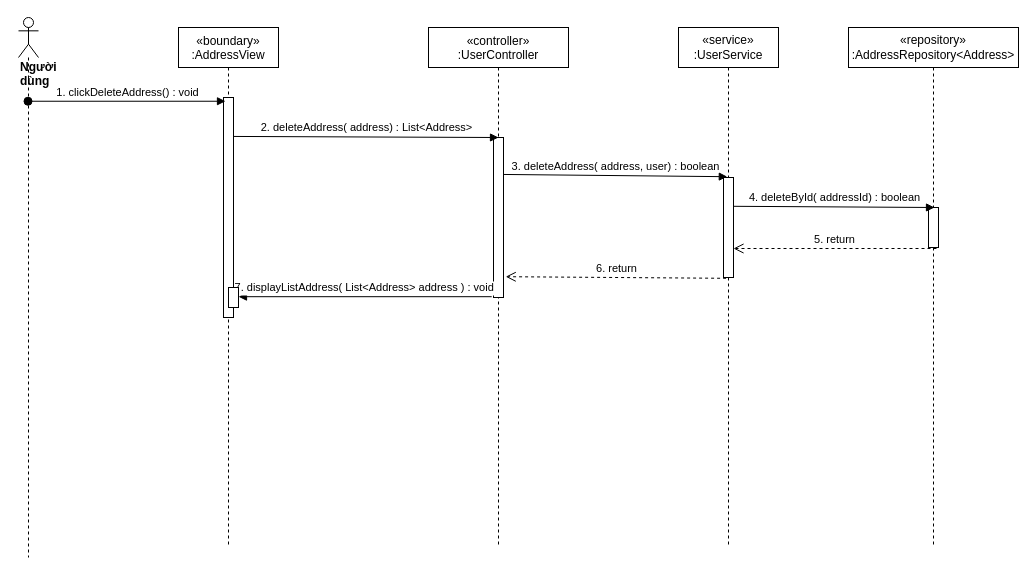
Above: sequence diagram/delete-address-sequence.drawio in nguyenphamvan/datn_20202 (draw.io), before the change. Source tidied: cells renumbered, new cells numbered last; positions are measured from the earlier drawing's top-left corner, leaving out a move shared by most shapes. Both pictures are drawn from the tidied source at 100%, with x=0, y=0 at pixel (18, 17).
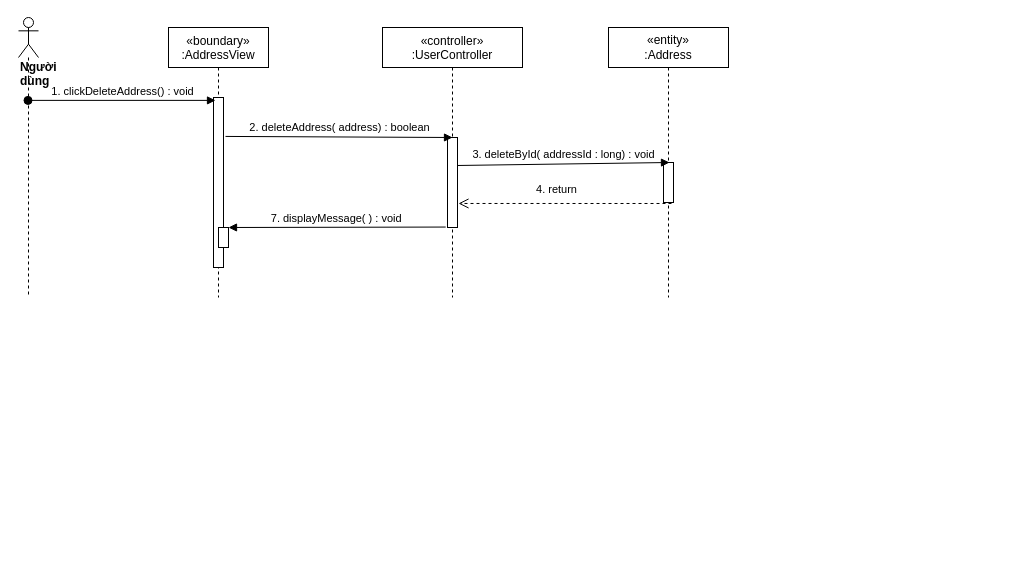
Above is the later version.

The edit, as a diff of the source:
```diff
@@
 <mxGraphModel>
   <root>
     <mxCell id="0" />
     <mxCell id="1" parent="0" />
     <mxCell id="2" value="«boundary»&#10;:AddressView" style="shape=umlLifeline;perimeter=lifelinePerimeter;rounded=0;shadow=0;strokeWidth=1;" parent="1" vertex="1">
-      <mxGeometry x="160" y="10" width="100" height="520" as="geometry" />
+      <mxGeometry x="150" y="10" width="100" height="270" as="geometry" />
     </mxCell>
     <mxCell id="3" style="html=1;points=[];perimeter=orthogonalPerimeter;" parent="2" vertex="1">
-      <mxGeometry x="45" y="70" width="10" height="220" as="geometry" />
+      <mxGeometry x="45" y="70" width="10" height="170" as="geometry" />
     </mxCell>
     <mxCell id="4" value="«controller»&#10;:UserController" style="shape=umlLifeline;perimeter=lifelinePerimeter;rounded=0;shadow=0;strokeWidth=1;size=40;" parent="1" vertex="1">
-      <mxGeometry x="410" y="10" width="140" height="520" as="geometry" />
+      <mxGeometry x="364" y="10" width="140" height="270" as="geometry" />
     </mxCell>
     <mxCell id="5" style="points=[];perimeter=orthogonalPerimeter;rounded=0;shadow=0;strokeWidth=1;" parent="4" vertex="1">
-      <mxGeometry x="65" y="110" width="10" height="160" as="geometry" />
+      <mxGeometry x="65" y="110" width="10" height="90" as="geometry" />
     </mxCell>
     <mxCell id="6" value="&lt;div&gt;&lt;b&gt;Người dùng&lt;/b&gt;&lt;/div&gt;" style="shape=umlLifeline;participant=umlActor;perimeter=lifelinePerimeter;whiteSpace=wrap;html=1;verticalAlign=top;spacingTop=36;outlineConnect=0;align=left;" parent="1" vertex="1">
-      <mxGeometry width="20" height="540" as="geometry" />
+      <mxGeometry width="20" height="280" as="geometry" />
     </mxCell>
-    <mxCell id="7" value="&lt;span&gt;«service»&lt;br&gt;&lt;/span&gt;:UserService" style="shape=umlLifeline;perimeter=lifelinePerimeter;whiteSpace=wrap;html=1;" parent="1" vertex="1">
-      <mxGeometry x="660" y="10" width="100" height="520" as="geometry" />
-    </mxCell>
-    <mxCell id="8" style="points=[];perimeter=orthogonalPerimeter;rounded=0;shadow=0;strokeWidth=1;" parent="7" vertex="1">
-      <mxGeometry x="45" y="150" width="10" height="100" as="geometry" />
-    </mxCell>
     <mxCell id="9" value="1. clickDeleteAddress() : void" style="html=1;verticalAlign=bottom;startArrow=oval;startFill=1;endArrow=block;startSize=8;entryX=0.2;entryY=0.017;entryDx=0;entryDy=0;entryPerimeter=0;" parent="1" edge="1" source="6" target="3">
       <mxGeometry relative="1" as="geometry" />
     </mxCell>
-    <mxCell id="10" value="2. deleteAddress( address) : List&amp;lt;Address&amp;gt;" style="html=1;verticalAlign=bottom;endArrow=block;entryX=0.5;entryY=0;entryDx=0;entryDy=0;entryPerimeter=0;exitX=0.98;exitY=0.177;exitDx=0;exitDy=0;exitPerimeter=0;" parent="1" edge="1" source="3" target="5">
+    <mxCell id="10" value="2. deleteAddress( address) : boolean" style="html=1;verticalAlign=bottom;endArrow=block;entryX=0.5;entryY=0;entryDx=0;entryDy=0;entryPerimeter=0;exitX=1.2;exitY=0.229;exitDx=0;exitDy=0;exitPerimeter=0;" parent="1" edge="1" source="3" target="5">
       <mxGeometry relative="1" as="geometry" />
     </mxCell>
-    <mxCell id="11" value="&lt;span&gt;«repository»&lt;br&gt;&lt;/span&gt;:AddressRepository&amp;lt;Address&amp;gt;" style="shape=umlLifeline;perimeter=lifelinePerimeter;whiteSpace=wrap;html=1;" parent="1" vertex="1">
-      <mxGeometry x="830" y="10" width="170" height="520" as="geometry" />
+    <mxCell id="11" value="&lt;span&gt;«entity»&lt;br&gt;&lt;/span&gt;:Address" style="shape=umlLifeline;perimeter=lifelinePerimeter;whiteSpace=wrap;html=1;" parent="1" vertex="1">
+      <mxGeometry x="590" y="10" width="120" height="270" as="geometry" />
     </mxCell>
     <mxCell id="12" style="points=[];perimeter=orthogonalPerimeter;rounded=0;shadow=0;strokeWidth=1;" parent="11" vertex="1">
-      <mxGeometry x="80" y="180" width="10" height="40" as="geometry" />
+      <mxGeometry x="55" y="135" width="10" height="40" as="geometry" />
     </mxCell>
-    <mxCell id="13" value="3. deleteAddress( address, user) : boolean" style="html=1;verticalAlign=bottom;endArrow=block;entryX=0.38;entryY=-0.008;entryDx=0;entryDy=0;entryPerimeter=0;exitX=1;exitY=0.231;exitDx=0;exitDy=0;exitPerimeter=0;" parent="1" edge="1" source="5" target="8">
-      <mxGeometry relative="1" as="geometry" />
-    </mxCell>
-    <mxCell id="14" value="6. return" style="html=1;verticalAlign=bottom;endArrow=open;dashed=1;endSize=8;entryX=1.22;entryY=0.87;entryDx=0;entryDy=0;entryPerimeter=0;exitX=0.26;exitY=1.008;exitDx=0;exitDy=0;exitPerimeter=0;" parent="1" edge="1" source="8" target="5">
-      <mxGeometry relative="1" as="geometry" />
-    </mxCell>
-    <mxCell id="15" value="4. deleteById( addressId) : boolean" style="html=1;verticalAlign=bottom;endArrow=block;entryX=0.6;entryY=0;entryDx=0;entryDy=0;entryPerimeter=0;exitX=0.98;exitY=0.288;exitDx=0;exitDy=0;exitPerimeter=0;" parent="1" edge="1" source="8" target="12">
+    <mxCell id="15" value="3. deleteById( addressId : long) : void" style="html=1;verticalAlign=bottom;endArrow=block;entryX=0.6;entryY=0;entryDx=0;entryDy=0;entryPerimeter=0;exitX=1;exitY=0.311;exitDx=0;exitDy=0;exitPerimeter=0;" parent="1" edge="1" source="5" target="12">
       <mxGeometry relative="1" as="geometry" />
     </mxCell>
-    <mxCell id="16" value="5. return" style="html=1;verticalAlign=bottom;endArrow=open;dashed=1;endSize=8;exitX=0.8;exitY=1.025;exitDx=0;exitDy=0;exitPerimeter=0;" parent="1" edge="1" source="12" target="8">
-      <mxGeometry relative="1" as="geometry" />
+    <mxCell id="16" value="4. return" style="html=1;verticalAlign=bottom;endArrow=open;dashed=1;endSize=8;exitX=0.8;exitY=1.025;exitDx=0;exitDy=0;exitPerimeter=0;entryX=1.1;entryY=0.733;entryDx=0;entryDy=0;entryPerimeter=0;" parent="1" edge="1" source="12" target="5">
+      <mxGeometry x="0.08" y="-5" relative="1" as="geometry" />
     </mxCell>
-    <mxCell id="17" value="7. displayListAddress( List&lt;Address&gt; address ) : void" style="verticalAlign=bottom;endArrow=block;shadow=0;strokeWidth=1;exitX=-0.18;exitY=0.995;exitDx=0;exitDy=0;exitPerimeter=0;" parent="1" edge="1" source="5" target="18">
+    <mxCell id="17" value="7. displayMessage( ) : void" style="verticalAlign=bottom;endArrow=block;shadow=0;strokeWidth=1;exitX=-0.18;exitY=0.995;exitDx=0;exitDy=0;exitPerimeter=0;" parent="1" edge="1" source="5" target="18">
       <mxGeometry relative="1" as="geometry" />
     </mxCell>
     <mxCell id="18" style="html=1;points=[];perimeter=orthogonalPerimeter;" parent="1" vertex="1">
-      <mxGeometry x="210" y="270" width="10" height="20" as="geometry" />
+      <mxGeometry x="200" y="210" width="10" height="20" as="geometry" />
     </mxCell>
   </root>
 </mxGraphModel>
```
